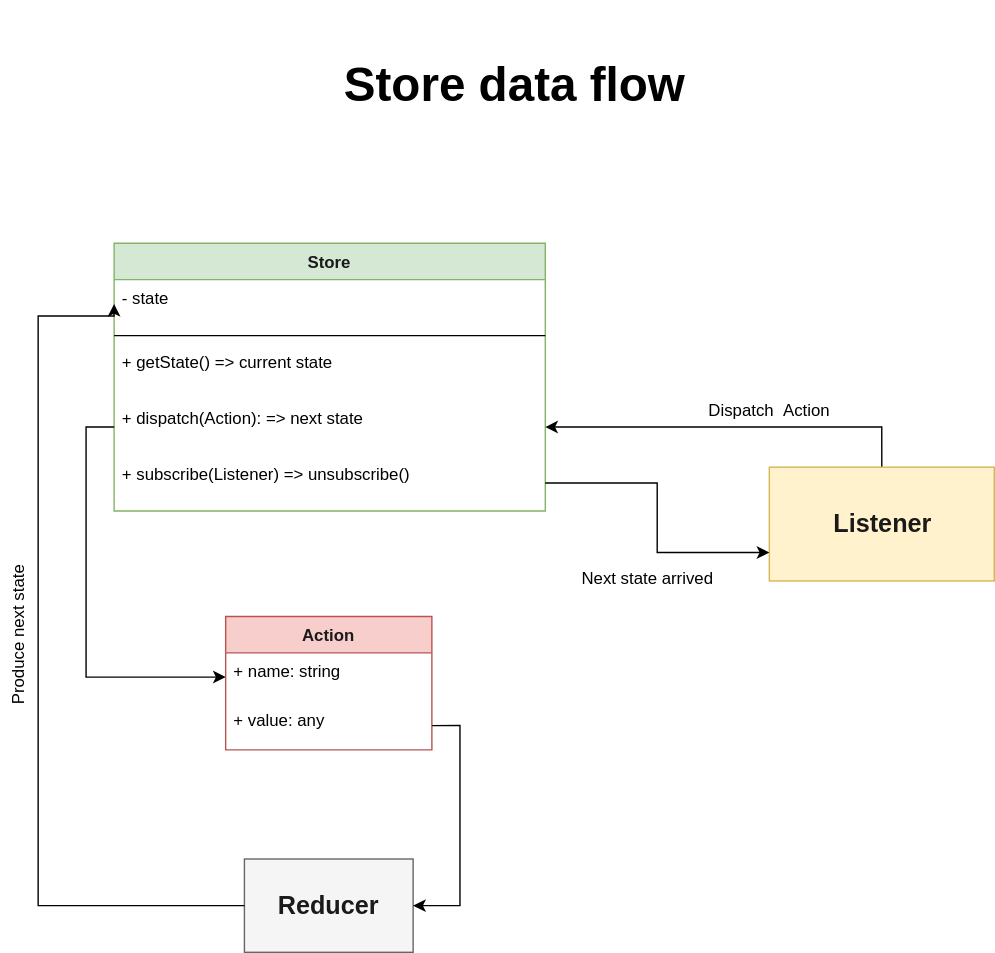
Earlier version of the draw.io export docs/store-data-flow.svg (IfasdfgDsdfasdfEadfDFfd/jquery-plugin-range-slider). Source tidied: cells renumbered, new cells last; positions are measured from the earlier drawing's top-left corner, leaving out a move shared by most shapes.
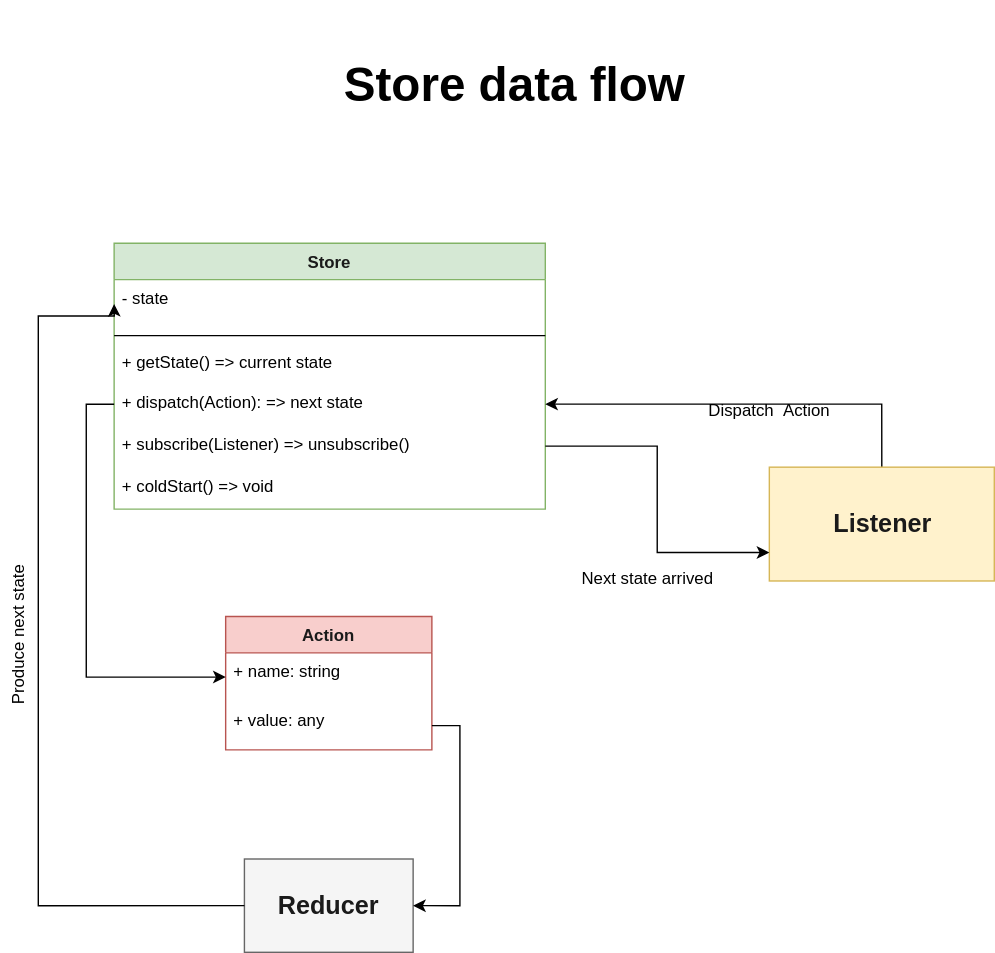
After the change.

What changed in the source:
```diff
@@ -21,7 +21,7 @@
       <mxGeometry x="174.2" y="573.3" width="120.6" height="66.7" as="geometry" />
     </mxCell>
     <mxCell id="8" value="Store" style="swimlane;fontStyle=1;align=center;verticalAlign=top;horizontal=1;startSize=26;fillColor=#d5e8d4;strokeColor=#82b366;fontSize=12;fontColor=#1A1A1A;" parent="2" vertex="1">
-      <mxGeometry x="81" y="133.3" width="308.1" height="191.3" as="geometry" />
+      <mxGeometry x="81" y="133.3" width="308.1" height="190" as="geometry" />
     </mxCell>
     <mxCell id="9" value="- state" style="text;strokeColor=none;fillColor=none;align=left;verticalAlign=top;spacingLeft=4;spacingRight=4;overflow=hidden;points=[[0,0.5],[1,0.5]];portConstraint=eastwest;" parent="8" vertex="1">
       <mxGeometry y="26" width="308.1" height="34.7" as="geometry" />
@@ -30,14 +30,17 @@
       <mxGeometry y="60.7" width="308.1" height="10.7" as="geometry" />
     </mxCell>
     <mxCell id="11" value="+ getState() =&gt; current state" style="text;strokeColor=none;fillColor=none;align=left;verticalAlign=top;spacingLeft=4;spacingRight=4;overflow=hidden;" parent="8" vertex="1">
-      <mxGeometry y="71.3" width="308.1" height="40" as="geometry" />
+      <mxGeometry y="71.3" width="308.1" height="28.7" as="geometry" />
     </mxCell>
     <mxCell id="12" value="+ dispatch(Action): =&gt; next state" style="text;strokeColor=none;fillColor=none;align=left;verticalAlign=top;spacingLeft=4;spacingRight=4;overflow=hidden;points=[[0,0.5],[1,0.5]];portConstraint=eastwest;" parent="8" vertex="1">
-      <mxGeometry y="111.3" width="308.1" height="40" as="geometry" />
+      <mxGeometry y="100" width="308.1" height="30" as="geometry" />
     </mxCell>
     <mxCell id="13" value="+ subscribe(Listener) =&gt; unsubscribe()" style="text;strokeColor=none;fillColor=none;align=left;verticalAlign=top;spacingLeft=4;spacingRight=4;overflow=hidden;points=[[0,0.5],[1,0.5]];portConstraint=eastwest;" parent="8" vertex="1">
-      <mxGeometry y="151.3" width="308.1" height="40" as="geometry" />
+      <mxGeometry y="130" width="308.1" height="30" as="geometry" />
     </mxCell>
+    <mxCell id="23" value="+ coldStart() =&gt; void" style="text;strokeColor=none;fillColor=none;align=left;verticalAlign=top;spacingLeft=4;spacingRight=4;overflow=hidden;" parent="8" vertex="1">
+      <mxGeometry y="160" width="308.1" height="30" as="geometry" />
+    </mxCell>
     <mxCell id="14" style="edgeStyle=orthogonalEdgeStyle;rounded=0;jettySize=auto;html=1;exitX=0.5;exitY=0;exitDx=0;exitDy=0;" parent="2" edge="1" source="15" target="12">
       <mxGeometry relative="1" as="geometry" />
     </mxCell>
```
